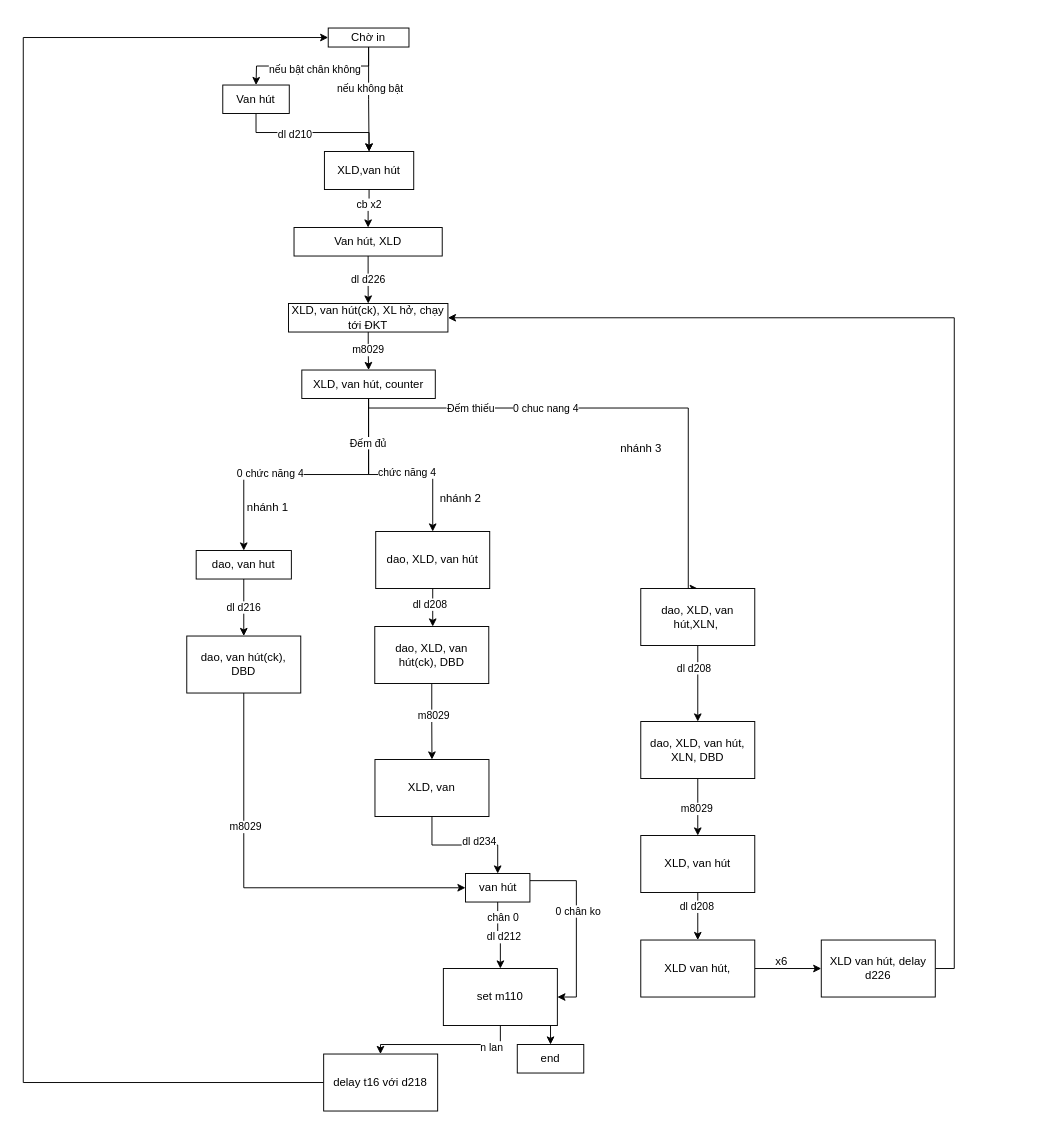
robowindgit/a0-quyencun keeps this draw.io diagram as trai muc truoc.drawio. Above is the earlier version. Source tidied: cells renumbered, new cells numbered last; positions are measured from the earlier drawing's top-left corner, leaving out a move shared by most shapes. Both pictures are drawn from the tidied source at 95%, with x=0, y=0 at pixel (23, 28).
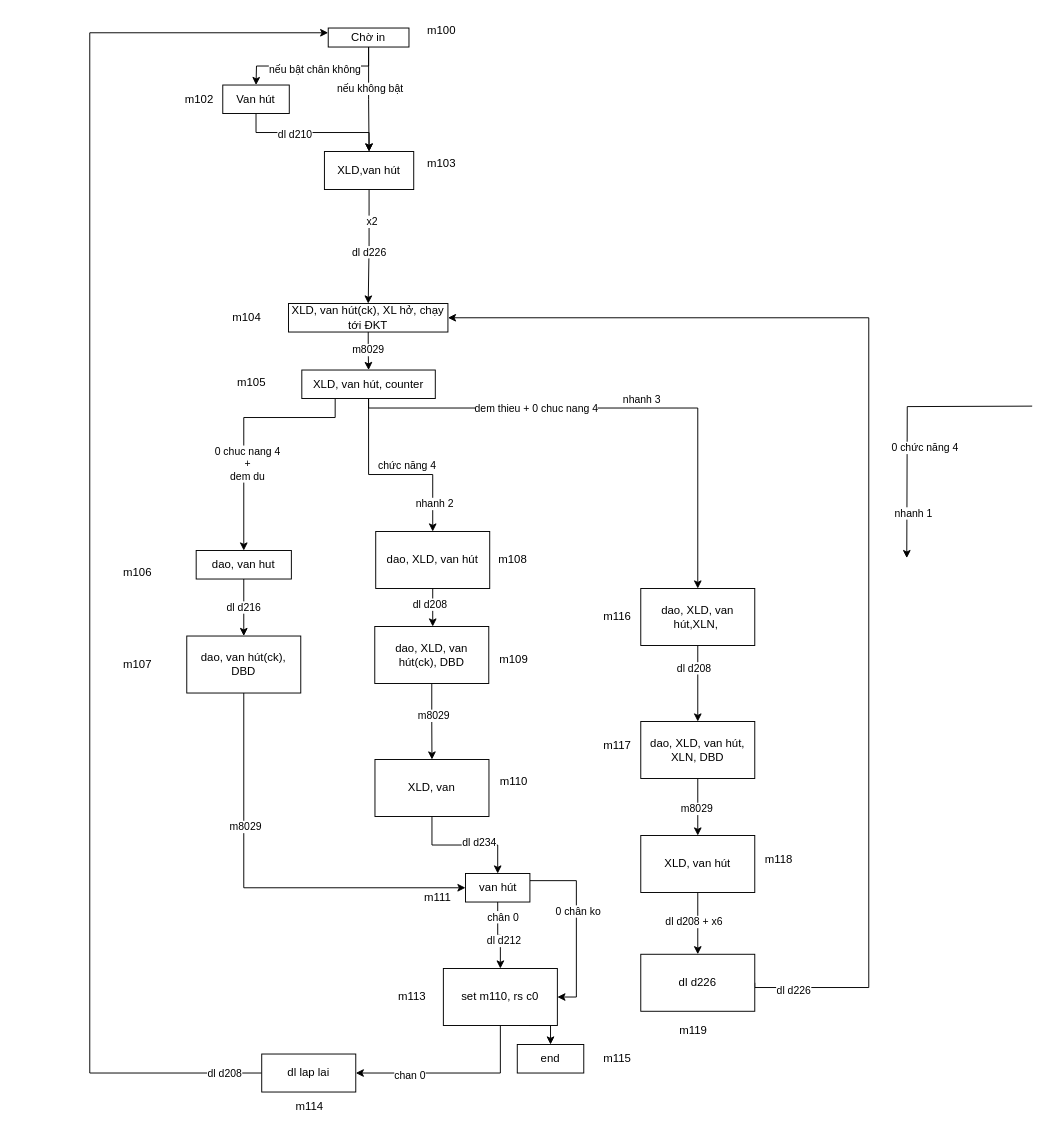
The same page after the edit.

Commit message:
Cập nhật trai muc truoc.drawio

The change refers to these unchanged cells:
```xml
<mxCell id="7" value="Chờ in" style="rounded=0;whiteSpace=wrap;html=1;" parent="1" vertex="1">
  <mxGeometry x="321" width="85" height="20" as="geometry" />
</mxCell>
<mxCell id="13" value="XLD,van hút" style="whiteSpace=wrap;html=1;" parent="1" vertex="1">
  <mxGeometry x="317" y="130" width="94" height="40" as="geometry" />
</mxCell>
<mxCell id="19" value="XLD, van hút(ck), XL hở, chạy tới ĐKT" style="whiteSpace=wrap;html=1;" parent="1" vertex="1">
  <mxGeometry x="279.2" y="290" width="167.8" height="30" as="geometry" />
</mxCell>
<mxCell id="28" value="XLD, van hút, counter" style="whiteSpace=wrap;html=1;" parent="1" vertex="1">
  <mxGeometry x="293.2" y="360" width="140.5" height="30" as="geometry" />
</mxCell>
<mxCell id="29" value="dao, van hut" style="whiteSpace=wrap;html=1;" parent="1" vertex="1">
  <mxGeometry x="182" y="550" width="100.2" height="30" as="geometry" />
</mxCell>
<mxCell id="36" value="dao, XLD, van hút" style="whiteSpace=wrap;html=1;" parent="1" vertex="1">
  <mxGeometry x="371" y="530" width="120" height="60" as="geometry" />
</mxCell>
<mxCell id="43" style="edgeStyle=orthogonalEdgeStyle;rounded=0;jettySize=auto;html=1;exitX=0.5;exitY=1;exitDx=0;exitDy=0;entryX=0.5;entryY=0;entryDx=0;entryDy=0;" parent="1" edge="1" source="48" target="52">
  <mxGeometry relative="1" as="geometry" />
</mxCell>
<mxCell id="57" value="dao, XLD, van hút,XLN,&amp;nbsp;" style="whiteSpace=wrap;html=1;" parent="1" vertex="1">
  <mxGeometry x="650" y="590" width="120" height="60" as="geometry" />
</mxCell>
<mxCell id="61" style="edgeStyle=orthogonalEdgeStyle;rounded=0;jettySize=auto;html=1;exitX=0.5;exitY=1;exitDx=0;exitDy=0;entryX=0.5;entryY=0;entryDx=0;entryDy=0;" parent="1" edge="1" source="63" target="65">
  <mxGeometry relative="1" as="geometry" />
</mxCell>
```

The edit, as a diff of the source:
```diff
@@
-    <mxCell id="11" style="edgeStyle=orthogonalEdgeStyle;rounded=0;jettySize=auto;html=1;exitX=0.5;exitY=1;exitDx=0;exitDy=0;" parent="1" edge="1" source="13" target="16">
-      <mxGeometry relative="1" as="geometry" />
-    </mxCell>
-    <mxCell id="12" value="cb x2" style="edgeLabel;html=1;align=center;verticalAlign=middle;" parent="11" vertex="1">
-      <mxGeometry x="-0.26" y="-1" relative="1" as="geometry" />
-    </mxCell>
+    <mxCell id="73" style="edgeStyle=orthogonalEdgeStyle;rounded=0;jettySize=auto;html=1;exitX=0.5;exitY=1;exitDx=0;exitDy=0;entryX=0.5;entryY=0;entryDx=0;entryDy=0;" parent="1" edge="1" source="13" target="19">
+      <mxGeometry relative="1" as="geometry" />
+    </mxCell>
+    <mxCell id="74" value="x2" style="edgeLabel;html=1;align=center;verticalAlign=middle;" parent="73" vertex="1">
+      <mxGeometry x="-0.45" y="2" relative="1" as="geometry" />
+    </mxCell>
+    <mxCell id="75" value="dl d226" style="edgeLabel;html=1;align=center;verticalAlign=middle;" parent="73" vertex="1">
+      <mxGeometry x="0.3" relative="1" as="geometry">
+        <mxPoint y="-13" as="offset" />
+      </mxGeometry>
+    </mxCell>
@@
-    <mxCell id="14" style="edgeStyle=orthogonalEdgeStyle;rounded=0;jettySize=auto;html=1;exitX=0.5;exitY=1;exitDx=0;exitDy=0;entryX=0.5;entryY=0;entryDx=0;entryDy=0;" parent="1" edge="1" source="16" target="19">
-      <mxGeometry relative="1" as="geometry" />
-    </mxCell>
-    <mxCell id="15" value="dl d226" style="edgeLabel;html=1;align=center;verticalAlign=middle;" parent="14" vertex="1">
-      <mxGeometry x="-0.33" y="-1" relative="1" as="geometry">
-        <mxPoint y="7" as="offset" />
-      </mxGeometry>
-    </mxCell>
-    <mxCell id="16" value="Van hút, XLD" style="whiteSpace=wrap;html=1;" parent="1" vertex="1">
-      <mxGeometry x="285" y="210" width="156" height="30" as="geometry" />
-    </mxCell>
@@
     <mxCell id="20" style="edgeStyle=orthogonalEdgeStyle;rounded=0;jettySize=auto;html=1;exitX=0.5;exitY=1;exitDx=0;exitDy=0;entryX=0.5;entryY=0;entryDx=0;entryDy=0;" parent="1" edge="1" source="28" target="57">
       <mxGeometry relative="1" as="geometry">
         <Array as="points">
           <mxPoint x="364" y="400" />
-          <mxPoint x="700" y="400" />
-          <mxPoint x="700" y="590" />
+          <mxPoint x="710" y="400" />
         </Array>
       </mxGeometry>
     </mxCell>
-    <mxCell id="21" value="Đếm thiếu" style="edgeLabel;html=1;align=center;verticalAlign=middle;" parent="20" vertex="1">
-      <mxGeometry x="-0.15" y="5" relative="1" as="geometry">
-        <mxPoint x="-115" y="5" as="offset" />
-      </mxGeometry>
-    </mxCell>
-    <mxCell id="22" value="0 chuc nang 4" style="edgeLabel;html=1;align=center;verticalAlign=middle;" parent="20" vertex="1">
+    <mxCell id="22" value="dem thieu + 0 chuc nang 4" style="edgeLabel;html=1;align=center;verticalAlign=middle;" parent="20" vertex="1">
       <mxGeometry x="-0.41" relative="1" as="geometry">
-        <mxPoint x="35" as="offset" />
+        <mxPoint x="25" as="offset" />
       </mxGeometry>
     </mxCell>
+    <mxCell id="76" value="nhanh 3" style="edgeLabel;html=1;align=center;verticalAlign=middle;" parent="20" vertex="1">
+      <mxGeometry x="0.09" y="4" relative="1" as="geometry">
+        <mxPoint x="-1" y="-6" as="offset" />
+      </mxGeometry>
+    </mxCell>
+    <mxCell id="25" style="edgeStyle=orthogonalEdgeStyle;rounded=0;jettySize=auto;html=1;exitX=0.5;exitY=1;exitDx=0;exitDy=0;entryX=0.5;entryY=0;entryDx=0;entryDy=0;" parent="1" edge="1" source="28" target="36">
+      <mxGeometry relative="1" as="geometry">
+        <Array as="points">
+          <mxPoint x="364" y="470" />
+          <mxPoint x="431" y="470" />
+        </Array>
+      </mxGeometry>
+    </mxCell>
+    <mxCell id="27" value="chức năng 4" style="edgeLabel;html=1;align=center;verticalAlign=middle;" parent="25" vertex="1">
+      <mxGeometry x="0.02" relative="1" as="geometry">
+        <mxPoint x="14" y="-10" as="offset" />
+      </mxGeometry>
+    </mxCell>
+    <mxCell id="77" value="nhanh 2" style="edgeLabel;html=1;align=center;verticalAlign=middle;" parent="25" vertex="1">
+      <mxGeometry x="0.59" y="1" relative="1" as="geometry">
+        <mxPoint y="13" as="offset" />
+      </mxGeometry>
+    </mxCell>
-    <mxCell id="23" style="edgeStyle=orthogonalEdgeStyle;rounded=0;jettySize=auto;html=1;exitX=0.5;exitY=1;exitDx=0;exitDy=0;entryX=0.5;entryY=0;entryDx=0;entryDy=0;" parent="1" edge="1" source="28" target="29">
-      <mxGeometry relative="1" as="geometry" />
+    <mxCell id="23" style="edgeStyle=orthogonalEdgeStyle;rounded=0;jettySize=auto;html=1;exitX=0.25;exitY=1;exitDx=0;exitDy=0;entryX=0.5;entryY=0;entryDx=0;entryDy=0;" parent="1" edge="1" source="28" target="29">
+      <mxGeometry relative="1" as="geometry">
+        <Array as="points">
+          <mxPoint x="328" y="410" />
+          <mxPoint x="232" y="410" />
+        </Array>
+      </mxGeometry>
     </mxCell>
-    <mxCell id="24" value="0 chức năng 4" style="edgeLabel;html=1;align=center;verticalAlign=middle;" parent="23" vertex="1">
-      <mxGeometry x="0.26" y="-2" relative="1" as="geometry" />
-    </mxCell>
-    <mxCell id="25" style="edgeStyle=orthogonalEdgeStyle;rounded=0;jettySize=auto;html=1;exitX=0.5;exitY=1;exitDx=0;exitDy=0;entryX=0.5;entryY=0;entryDx=0;entryDy=0;" parent="1" edge="1" source="28" target="36">
-      <mxGeometry relative="1" as="geometry">
-        <Array as="points">
-          <mxPoint x="364" y="470" />
-          <mxPoint x="431" y="470" />
-        </Array>
-      </mxGeometry>
-    </mxCell>
-    <mxCell id="26" value="Đếm đủ" style="edgeLabel;html=1;align=center;verticalAlign=middle;" parent="25" vertex="1">
-      <mxGeometry x="-0.56" y="-1" relative="1" as="geometry" />
-    </mxCell>
-    <mxCell id="27" value="chức năng 4" style="edgeLabel;html=1;align=center;verticalAlign=middle;" parent="25" vertex="1">
-      <mxGeometry x="0.02" relative="1" as="geometry">
-        <mxPoint x="14" y="-3" as="offset" />
-      </mxGeometry>
-    </mxCell>
+    <mxCell id="78" value="0 chuc nang 4&lt;br&gt;+&lt;br&gt;dem du&lt;br&gt;" style="edgeLabel;html=1;align=center;verticalAlign=middle;" parent="23" vertex="1">
+      <mxGeometry x="0.04" y="3" relative="1" as="geometry">
+        <mxPoint y="32" as="offset" />
+      </mxGeometry>
+    </mxCell>
@@
     <mxCell id="44" value="dl d212" style="edgeLabel;html=1;align=center;verticalAlign=middle;" parent="43" vertex="1">
-      <mxGeometry x="0.06" y="3" relative="1" as="geometry" />
+      <mxGeometry x="0.06" y="3" relative="1" as="geometry">
+        <mxPoint y="4" as="offset" />
+      </mxGeometry>
     </mxCell>
@@
-    <mxCell id="49" style="edgeStyle=orthogonalEdgeStyle;rounded=0;jettySize=auto;html=1;exitX=0.5;exitY=1;exitDx=0;exitDy=0;" parent="1" edge="1" source="52" target="54">
-      <mxGeometry relative="1" as="geometry">
-        <Array as="points">
-          <mxPoint x="502" y="1070" />
-          <mxPoint x="376" y="1070" />
-        </Array>
-      </mxGeometry>
-    </mxCell>
-    <mxCell id="50" value="n lan" style="edgeLabel;html=1;align=center;verticalAlign=middle;" parent="49" vertex="1">
-      <mxGeometry x="-0.62" y="2" relative="1" as="geometry" />
-    </mxCell>
@@
+    <mxCell id="79" style="edgeStyle=orthogonalEdgeStyle;rounded=0;jettySize=auto;html=1;exitX=0.5;exitY=1;exitDx=0;exitDy=0;entryX=1;entryY=0.5;entryDx=0;entryDy=0;" parent="1" edge="1" source="52" target="97">
+      <mxGeometry relative="1" as="geometry" />
+    </mxCell>
+    <mxCell id="80" value="chan 0" style="edgeLabel;html=1;align=center;verticalAlign=middle;" parent="79" vertex="1">
+      <mxGeometry x="0.44" y="2" relative="1" as="geometry" />
+    </mxCell>
-    <mxCell id="52" value="set m110" style="whiteSpace=wrap;html=1;" parent="1" vertex="1">
+    <mxCell id="52" value="set m110, rs c0" style="whiteSpace=wrap;html=1;" parent="1" vertex="1">
       <mxGeometry x="442.2" y="990" width="120" height="60" as="geometry" />
     </mxCell>
-    <mxCell id="53" style="edgeStyle=orthogonalEdgeStyle;rounded=0;jettySize=auto;html=1;exitX=0;exitY=0.5;exitDx=0;exitDy=0;entryX=0;entryY=0.5;entryDx=0;entryDy=0;" parent="1" edge="1" source="54" target="7">
-      <mxGeometry relative="1" as="geometry">
-        <Array as="points">
-          <mxPoint y="1110" />
-          <mxPoint y="10" />
-        </Array>
-      </mxGeometry>
-    </mxCell>
-    <mxCell id="54" value="delay t16 với d218" style="whiteSpace=wrap;html=1;" parent="1" vertex="1">
-      <mxGeometry x="316.2" y="1080" width="120" height="60" as="geometry" />
-    </mxCell>
@@
-    <mxCell id="62" value="dl d208" style="edgeLabel;html=1;align=center;verticalAlign=middle;" parent="61" vertex="1">
+    <mxCell id="62" value="dl d208 + x6" style="edgeLabel;html=1;align=center;verticalAlign=middle;" parent="61" vertex="1">
       <mxGeometry x="-0.4" y="-2" relative="1" as="geometry">
-        <mxPoint y="-1" as="offset" />
+        <mxPoint x="-3" y="10" as="offset" />
       </mxGeometry>
     </mxCell>
@@
-    <mxCell id="64" style="edgeStyle=orthogonalEdgeStyle;rounded=0;jettySize=auto;html=1;exitX=1;exitY=0.5;exitDx=0;exitDy=0;" parent="1" edge="1" source="65" target="71">
-      <mxGeometry relative="1" as="geometry" />
+    <mxCell id="64" style="edgeStyle=orthogonalEdgeStyle;rounded=0;jettySize=auto;html=1;entryX=1;entryY=0.5;entryDx=0;entryDy=0;exitX=1;exitY=0.5;exitDx=0;exitDy=0;" parent="1" edge="1" source="65" target="19">
+      <mxGeometry relative="1" as="geometry">
+        <Array as="points">
+          <mxPoint x="770" y="1010" />
+          <mxPoint x="890" y="1010" />
+          <mxPoint x="890" y="305" />
+        </Array>
+      </mxGeometry>
     </mxCell>
+    <mxCell id="81" value="dl d226" style="edgeLabel;html=1;align=center;verticalAlign=middle;" parent="64" vertex="1">
+      <mxGeometry x="-0.93" y="-2" relative="1" as="geometry" />
+    </mxCell>
-    <mxCell id="65" value="XLD van hút," style="whiteSpace=wrap;html=1;" parent="1" vertex="1">
-      <mxGeometry x="650" y="960" width="120" height="60" as="geometry" />
+    <mxCell id="65" value="dl d226" style="whiteSpace=wrap;html=1;" parent="1" vertex="1">
+      <mxGeometry x="650" y="975" width="120" height="60" as="geometry" />
     </mxCell>
-    <mxCell id="66" value="nhánh 3" style="text;html=1;align=center;verticalAlign=middle;strokeColor=none;fillColor=none;" parent="1" vertex="1">
-      <mxGeometry x="615" y="428" width="70" height="30" as="geometry" />
-    </mxCell>
-    <mxCell id="67" value="nhánh 2" style="text;html=1;align=center;verticalAlign=middle;strokeColor=none;fillColor=none;" parent="1" vertex="1">
-      <mxGeometry x="425" y="480" width="70" height="30" as="geometry" />
-    </mxCell>
-    <mxCell id="68" value="nhánh 1" style="text;html=1;align=center;verticalAlign=middle;strokeColor=none;fillColor=none;" parent="1" vertex="1">
-      <mxGeometry x="222.1" y="490" width="70" height="30" as="geometry" />
-    </mxCell>
@@
-    <mxCell id="70" style="edgeStyle=orthogonalEdgeStyle;rounded=0;jettySize=auto;html=1;exitX=1;exitY=0.5;exitDx=0;exitDy=0;entryX=1;entryY=0.5;entryDx=0;entryDy=0;" parent="1" edge="1" source="71" target="19">
-      <mxGeometry relative="1" as="geometry" />
-    </mxCell>
-    <mxCell id="71" value="XLD van hút, delay d226" style="whiteSpace=wrap;html=1;" parent="1" vertex="1">
-      <mxGeometry x="840" y="960" width="120" height="60" as="geometry" />
-    </mxCell>
-    <mxCell id="72" value="x6" style="text;html=1;align=center;verticalAlign=middle;strokeColor=none;fillColor=none;" parent="1" vertex="1">
-      <mxGeometry x="778" y="968" width="40" height="30" as="geometry" />
-    </mxCell>
+    <mxCell id="82" value="m100" style="text;html=1;align=center;verticalAlign=middle;strokeColor=none;fillColor=none;" parent="1" vertex="1">
+      <mxGeometry x="415" y="-12" width="50" height="30" as="geometry" />
+    </mxCell>
+    <mxCell id="83" value="m102" style="text;html=1;align=center;verticalAlign=middle;strokeColor=none;fillColor=none;" parent="1" vertex="1">
+      <mxGeometry x="160" y="60" width="50" height="30" as="geometry" />
+    </mxCell>
+    <mxCell id="84" value="m103" style="text;html=1;align=center;verticalAlign=middle;strokeColor=none;fillColor=none;" parent="1" vertex="1">
+      <mxGeometry x="415" y="128" width="50" height="30" as="geometry" />
+    </mxCell>
+    <mxCell id="85" value="m104" style="text;html=1;align=center;verticalAlign=middle;strokeColor=none;fillColor=none;" parent="1" vertex="1">
+      <mxGeometry x="210" y="290" width="50" height="30" as="geometry" />
+    </mxCell>
+    <mxCell id="86" value="m105" style="text;html=1;align=center;verticalAlign=middle;strokeColor=none;fillColor=none;" parent="1" vertex="1">
+      <mxGeometry x="215" y="358" width="50" height="30" as="geometry" />
+    </mxCell>
+    <mxCell id="87" value="m106" style="text;html=1;align=center;verticalAlign=middle;strokeColor=none;fillColor=none;" parent="1" vertex="1">
+      <mxGeometry x="95" y="558" width="50" height="30" as="geometry" />
+    </mxCell>
+    <mxCell id="88" value="m107" style="text;html=1;align=center;verticalAlign=middle;strokeColor=none;fillColor=none;" parent="1" vertex="1">
+      <mxGeometry x="95" y="655" width="50" height="30" as="geometry" />
+    </mxCell>
+    <mxCell id="89" value="m108" style="text;html=1;align=center;verticalAlign=middle;strokeColor=none;fillColor=none;" parent="1" vertex="1">
+      <mxGeometry x="490" y="545" width="50" height="30" as="geometry" />
+    </mxCell>
+    <mxCell id="90" value="m109" style="text;html=1;align=center;verticalAlign=middle;strokeColor=none;fillColor=none;" parent="1" vertex="1">
+      <mxGeometry x="491" y="650" width="50" height="30" as="geometry" />
+    </mxCell>
+    <mxCell id="91" value="m110" style="text;html=1;align=center;verticalAlign=middle;strokeColor=none;fillColor=none;" parent="1" vertex="1">
+      <mxGeometry x="491" y="778" width="50" height="30" as="geometry" />
+    </mxCell>
+    <mxCell id="92" value="m111" style="text;html=1;align=center;verticalAlign=middle;strokeColor=none;fillColor=none;" parent="1" vertex="1">
+      <mxGeometry x="411" y="900" width="50" height="30" as="geometry" />
+    </mxCell>
+    <mxCell id="93" value="m113" style="text;html=1;align=center;verticalAlign=middle;strokeColor=none;fillColor=none;" parent="1" vertex="1">
+      <mxGeometry x="383.8" y="1005" width="50" height="30" as="geometry" />
+    </mxCell>
+    <mxCell id="94" value="m115" style="text;html=1;align=center;verticalAlign=middle;strokeColor=none;fillColor=none;" parent="1" vertex="1">
+      <mxGeometry x="600" y="1070" width="50" height="30" as="geometry" />
+    </mxCell>
+    <mxCell id="95" style="edgeStyle=orthogonalEdgeStyle;rounded=0;jettySize=auto;html=1;exitX=0;exitY=0.5;exitDx=0;exitDy=0;entryX=0;entryY=0.25;entryDx=0;entryDy=0;" parent="1" edge="1" source="97" target="7">
+      <mxGeometry relative="1" as="geometry">
+        <Array as="points">
+          <mxPoint x="70" y="1100" />
+          <mxPoint x="70" y="5" />
+        </Array>
+      </mxGeometry>
+    </mxCell>
+    <mxCell id="96" value="dl d208" style="edgeLabel;html=1;align=center;verticalAlign=middle;" parent="95" vertex="1">
+      <mxGeometry x="-0.83" y="1" relative="1" as="geometry">
+        <mxPoint x="90" y="-1" as="offset" />
+      </mxGeometry>
+    </mxCell>
+    <mxCell id="97" value="dl lap lai" style="whiteSpace=wrap;html=1;" parent="1" vertex="1">
+      <mxGeometry x="251" y="1080" width="99" height="40" as="geometry" />
+    </mxCell>
+    <mxCell id="98" value="m114" style="text;html=1;align=center;verticalAlign=middle;strokeColor=none;fillColor=none;" parent="1" vertex="1">
+      <mxGeometry x="275.5" y="1120" width="50" height="30" as="geometry" />
+    </mxCell>
+    <mxCell id="99" value="m116" style="text;html=1;align=center;verticalAlign=middle;strokeColor=none;fillColor=none;" parent="1" vertex="1">
+      <mxGeometry x="600" y="605" width="50" height="30" as="geometry" />
+    </mxCell>
+    <mxCell id="100" value="m117" style="text;html=1;align=center;verticalAlign=middle;strokeColor=none;fillColor=none;" parent="1" vertex="1">
+      <mxGeometry x="600" y="740" width="50" height="30" as="geometry" />
+    </mxCell>
+    <mxCell id="101" value="m118" style="text;html=1;align=center;verticalAlign=middle;strokeColor=none;fillColor=none;" parent="1" vertex="1">
+      <mxGeometry x="770" y="860" width="50" height="30" as="geometry" />
+    </mxCell>
+    <mxCell id="102" value="m119" style="text;html=1;align=center;verticalAlign=middle;strokeColor=none;fillColor=none;" parent="1" vertex="1">
+      <mxGeometry x="680" y="1040" width="50" height="30" as="geometry" />
+    </mxCell>
+    <mxCell id="103" style="edgeStyle=orthogonalEdgeStyle;rounded=0;orthogonalLoop=1;jettySize=auto;html=1;exitX=0.5;exitY=1;exitDx=0;exitDy=0;entryX=0.5;entryY=0;entryDx=0;entryDy=0;" parent="1" edge="1">
+      <mxGeometry relative="1" as="geometry">
+        <mxPoint x="1062" y="398" as="sourcePoint" />
+        <mxPoint x="930" y="558" as="targetPoint" />
+      </mxGeometry>
+    </mxCell>
+    <mxCell id="24" value="0 chức năng 4" style="edgeLabel;html=1;align=center;verticalAlign=middle;" parent="103" vertex="1">
+      <mxGeometry x="0.26" y="-2" relative="1" as="geometry">
+        <mxPoint x="20" y="-8" as="offset" />
+      </mxGeometry>
+    </mxCell>
+    <mxCell id="104" value="nhanh 1" style="edgeLabel;html=1;align=center;verticalAlign=middle;" parent="103" vertex="1">
+      <mxGeometry x="0.67" y="6" relative="1" as="geometry" />
+    </mxCell>
```
